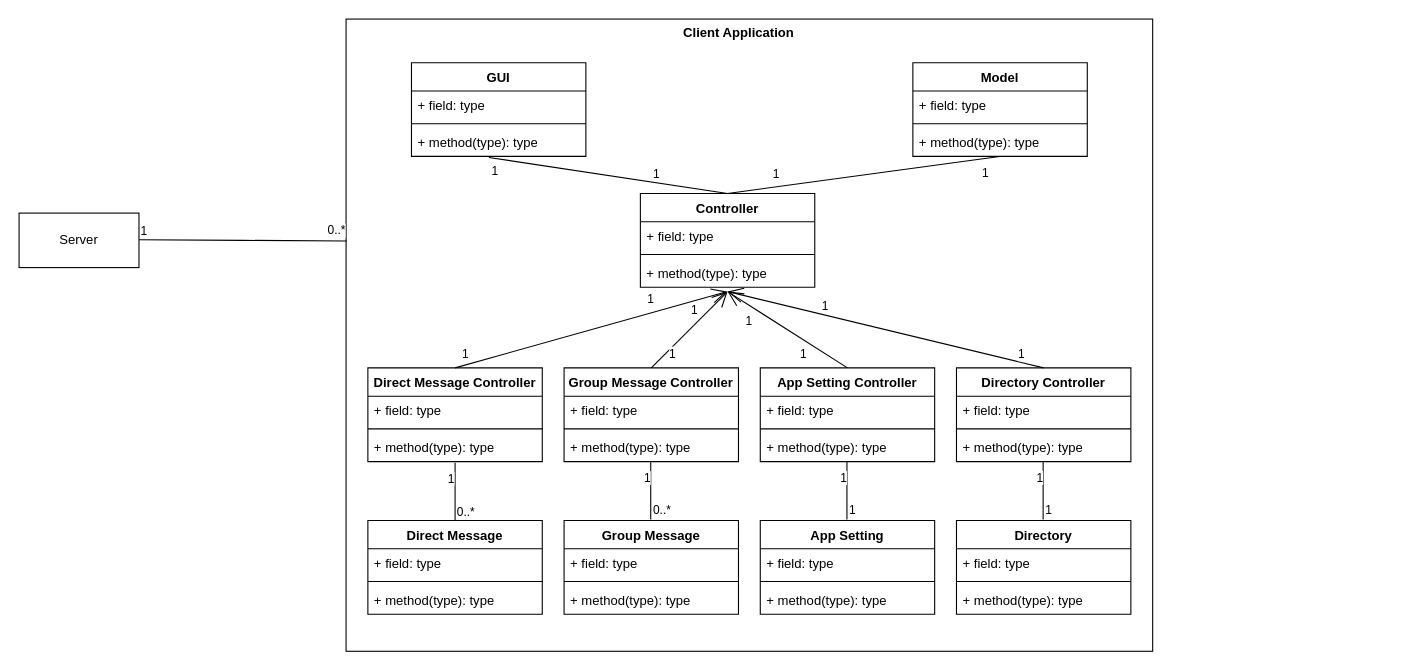
The draw.io diagram page "Client" (2 of 3) of Class_Diagram/Class_Diagram.drawio in Derion12/CS401_Communication_Project_Sp24, before the edit. Source tidied: cells renumbered, new cells numbered last; positions are measured from the earlier drawing's top-left corner, leaving out a move shared by most shapes. Both pictures are drawn from the tidied source at 109%, with x=0, y=0 at pixel (19, 19).
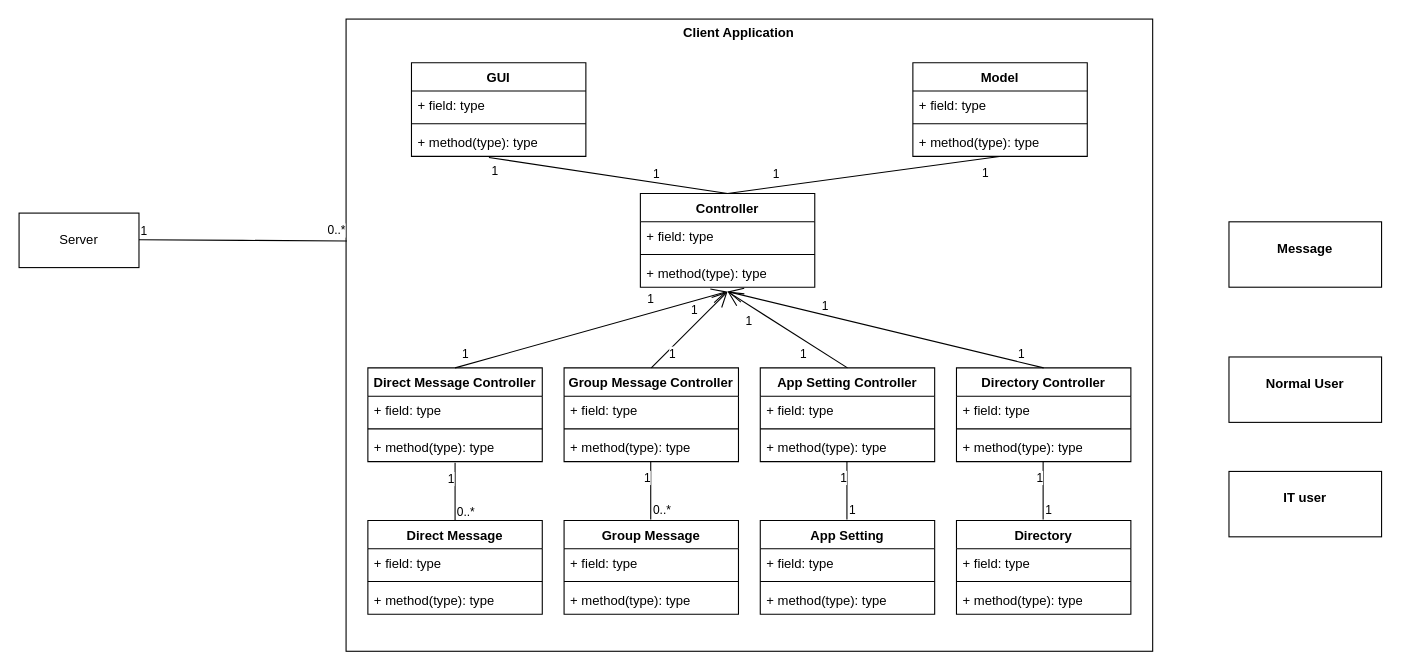
Above is the later version.

Change to the diagram source:
```diff
@@
+    <mxCell id="82" value="&lt;p style=&quot;margin:0px;margin-top:4px;text-align:center;&quot;&gt;&lt;br&gt;&lt;b&gt;Message&lt;/b&gt;&lt;/p&gt;" style="verticalAlign=top;align=left;overflow=fill;html=1;whiteSpace=wrap;" parent="1" vertex="1">
+      <mxGeometry x="1110" y="186" width="140" height="60" as="geometry" />
+    </mxCell>
+    <mxCell id="83" value="&lt;p style=&quot;margin:0px;margin-top:4px;text-align:center;&quot;&gt;&lt;br&gt;&lt;b&gt;Normal User&lt;/b&gt;&lt;/p&gt;" style="verticalAlign=top;align=left;overflow=fill;html=1;whiteSpace=wrap;" parent="1" vertex="1">
+      <mxGeometry x="1110" y="310" width="140" height="60" as="geometry" />
+    </mxCell>
+    <mxCell id="84" value="&lt;p style=&quot;margin:0px;margin-top:4px;text-align:center;&quot;&gt;&lt;br&gt;&lt;b&gt;IT user&lt;/b&gt;&lt;/p&gt;" style="verticalAlign=top;align=left;overflow=fill;html=1;whiteSpace=wrap;" parent="1" vertex="1">
+      <mxGeometry x="1110" y="415" width="140" height="60" as="geometry" />
+    </mxCell>
```
